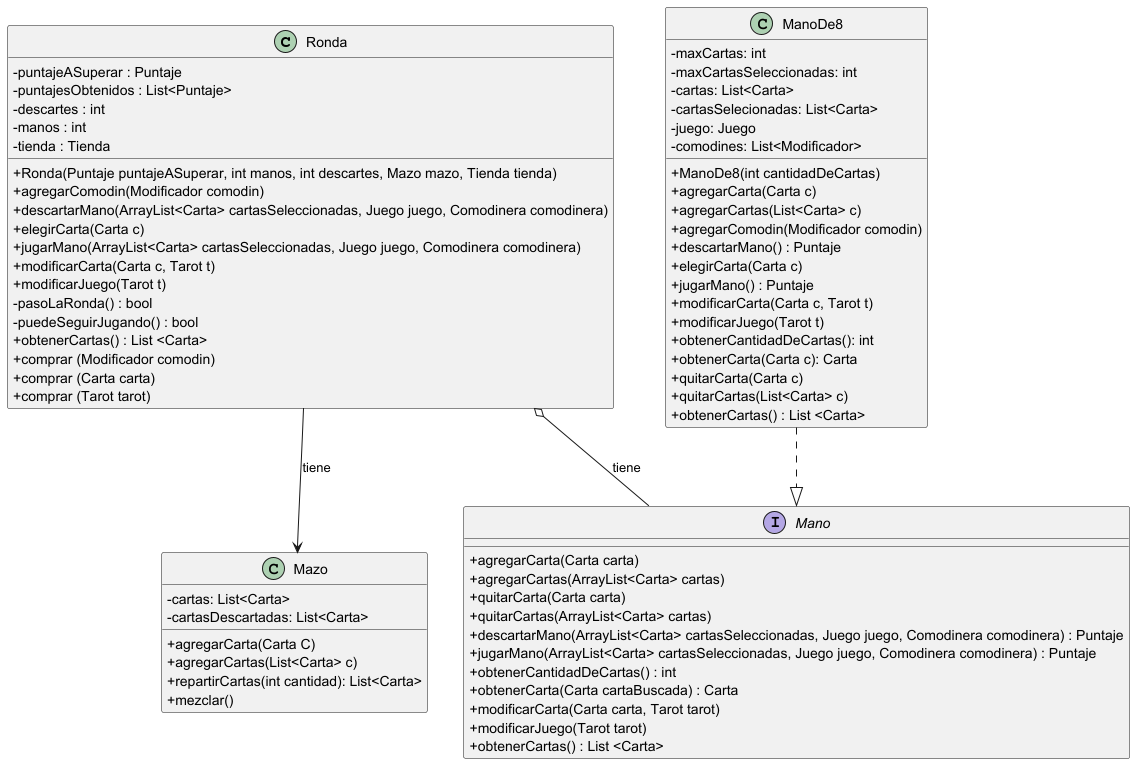
Above: diagrams/classes/RondaManoYMazo.png in facukresta/g06-tp2-2c-2024 (PlantUML), before the change.
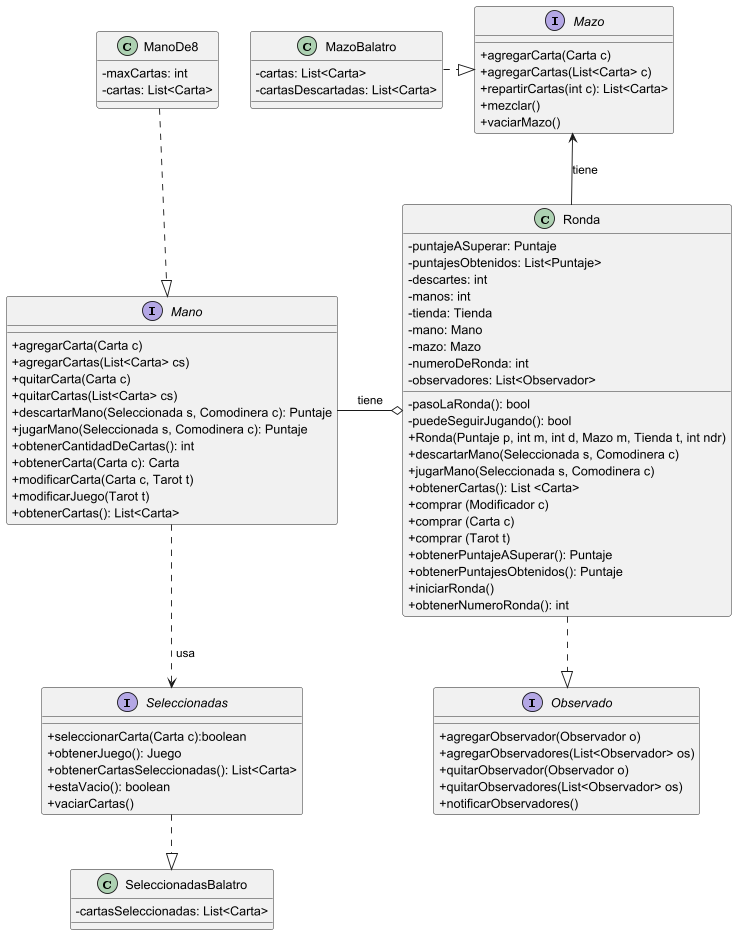
After the commit.

Change to the diagram source:
```diff
@@ -2,73 +2,90 @@
 skinparam classAttributeIconSize 0
 
 class Ronda{
--puntajeASuperar : Puntaje
--puntajesObtenidos : List<Puntaje>
--descartes : int
-- manos : int
-- tienda : Tienda
-+Ronda(Puntaje puntajeASuperar, int manos, int descartes, Mazo mazo, Tienda tienda)
-+agregarComodin(Modificador comodin)
-+descartarMano(ArrayList<Carta> cartasSeleccionadas, Juego juego, Comodinera comodinera)
-+elegirCarta(Carta c)
-+jugarMano(ArrayList<Carta> cartasSeleccionadas, Juego juego, Comodinera comodinera)
-+modificarCarta(Carta c, Tarot t)
-+modificarJuego(Tarot t)
--pasoLaRonda() : bool
--puedeSeguirJugando() : bool
-+obtenerCartas() : List <Carta>
-+comprar (Modificador comodin)
-+comprar (Carta carta)
-+comprar (Tarot tarot)
+-puntajeASuperar: Puntaje
+-puntajesObtenidos: List<Puntaje>
+-descartes: int
+-manos: int
+-tienda: Tienda
+-mano: Mano
+-mazo: Mazo
+-numeroDeRonda: int
+-observadores: List<Observador>
+-pasoLaRonda(): bool
+-puedeSeguirJugando(): bool
++Ronda(Puntaje p, int m, int d, Mazo m, Tienda t, int ndr)
++descartarMano(Seleccionada s, Comodinera c)
++jugarMano(Seleccionada s, Comodinera c)
++obtenerCartas(): List <Carta>
++comprar (Modificador c)
++comprar (Carta c)
++comprar (Tarot t)
++obtenerPuntajeASuperar(): Puntaje
++obtenerPuntajesObtenidos(): Puntaje
++iniciarRonda()
++obtenerNumeroRonda(): int
+
 }
 
-class Mazo {
+interface Observado {
++agregarObservador(Observador o)
++agregarObservadores(List<Observador> os)
++quitarObservador(Observador o)
++quitarObservadores(List<Observador> os)
++notificarObservadores()
+}
+
+interface Mazo {
++agregarCarta(Carta c)
++agregarCartas(List<Carta> c)
++repartirCartas(int c): List<Carta>
++mezclar()
++vaciarMazo()
+}
+
+class MazoBalatro {
 -cartas: List<Carta>
 -cartasDescartadas: List<Carta>
-+agregarCarta(Carta C)
-+agregarCartas(List<Carta> c)
-+repartirCartas(int cantidad): List<Carta>
-+mezclar()
 }
 
 class ManoDe8 {
 -maxCartas: int
--maxCartasSeleccionadas: int
 -cartas: List<Carta>
--cartasSelecionadas: List<Carta>
--juego: Juego
--comodines: List<Modificador>
-+ManoDe8(int cantidadDeCartas)
-+agregarCarta(Carta c)
-+agregarCartas(List<Carta> c)
-+agregarComodin(Modificador comodin)
-+descartarMano() : Puntaje
-+elegirCarta(Carta c)
-+jugarMano() : Puntaje
-+modificarCarta(Carta c, Tarot t)
-+modificarJuego(Tarot t)
-+obtenerCantidadDeCartas(): int
-+obtenerCarta(Carta c): Carta
-+quitarCarta(Carta c)
-+quitarCartas(List<Carta> c)
-+obtenerCartas() : List <Carta>
 }
 
 interface Mano{
-+agregarCarta(Carta carta)
-+agregarCartas(ArrayList<Carta> cartas)
-+quitarCarta(Carta carta)
-+quitarCartas(ArrayList<Carta> cartas)
-+descartarMano(ArrayList<Carta> cartasSeleccionadas, Juego juego, Comodinera comodinera) : Puntaje
-+jugarMano(ArrayList<Carta> cartasSeleccionadas, Juego juego, Comodinera comodinera) : Puntaje
-+obtenerCantidadDeCartas() : int
-+obtenerCarta(Carta cartaBuscada) : Carta
-+modificarCarta(Carta carta, Tarot tarot)
-+modificarJuego(Tarot tarot)
-+obtenerCartas() : List <Carta>
++agregarCarta(Carta c)
++agregarCartas(List<Carta> cs)
++quitarCarta(Carta c)
++quitarCartas(List<Carta> cs)
++descartarMano(Seleccionada s, Comodinera c): Puntaje
++jugarMano(Seleccionada s, Comodinera c): Puntaje
++obtenerCantidadDeCartas(): int
++obtenerCarta(Carta c): Carta
++modificarCarta(Carta c, Tarot t)
++modificarJuego(Tarot t)
++obtenerCartas(): List<Carta>
 }
 
+interface Seleccionadas {
++seleccionarCarta(Carta c):boolean
++obtenerJuego(): Juego
++obtenerCartasSeleccionadas(): List<Carta>
++estaVacio(): boolean
++vaciarCartas()
+}
+
+class SeleccionadasBalatro {
+-cartasSeleccionadas: List<Carta>
+}
+
+Mano ..> Seleccionadas : " usa"
+
+Seleccionadas ..|> SeleccionadasBalatro
+
+MazoBalatro .right.|> Mazo
 ManoDe8 ..|> Mano
-Ronda o-- Mano : tiene
-Ronda --> Mazo : tiene
+Ronda o-left- Mano : tiene
+Ronda ..|>  Observado
+Ronda -up-> Mazo : tiene
 @enduml
```
